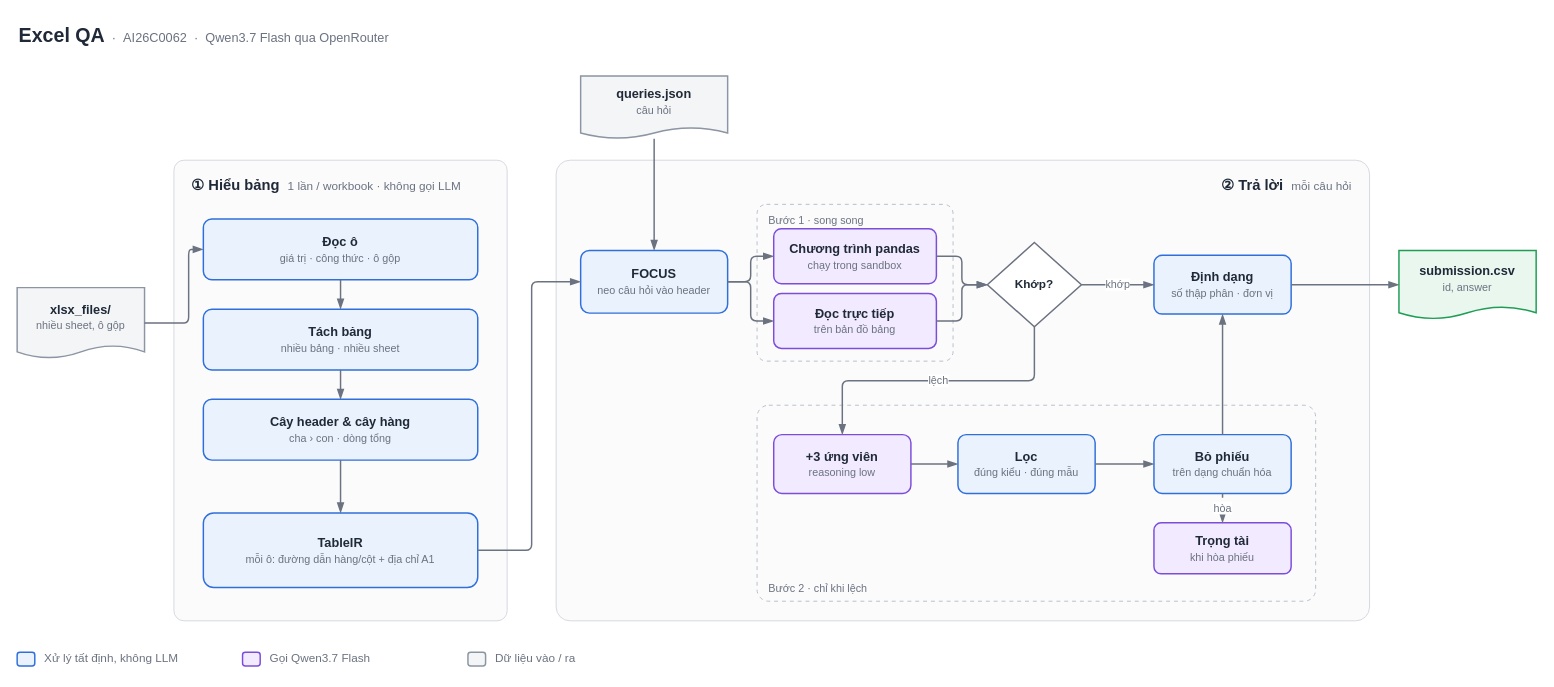
This is page "Kiến trúc" (1 of 2) of docs/architecture.drawio from nguyenchiminhhieu/aivn-excel-qa, a draw.io file, before an edit. Source tidied: cells renumbered, new cells numbered last; positions are measured from the earlier drawing's top-left corner, leaving out a move shared by most shapes. Both pictures are drawn from the tidied source at 98%, with x=0, y=0 at pixel (17, 17).
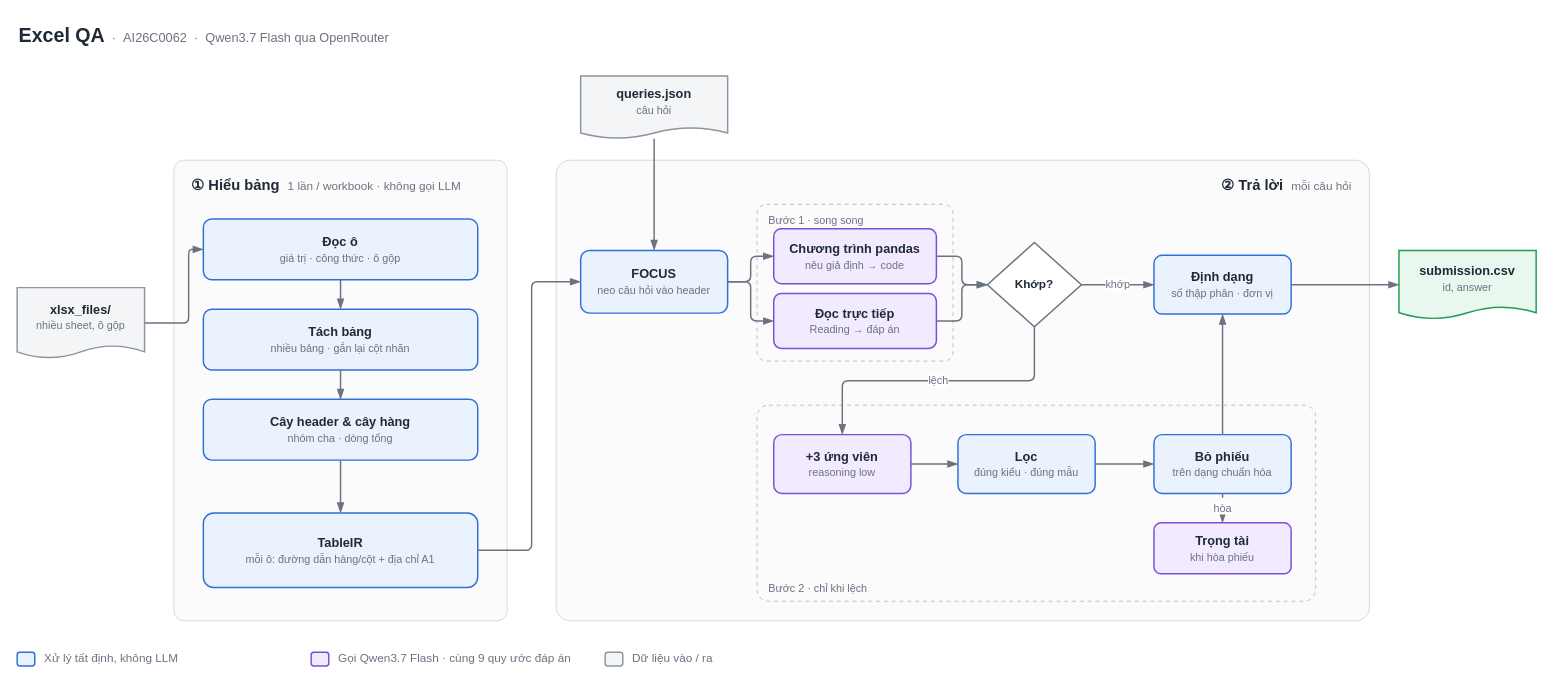
Above is the later version.

Commit message (it also covers changes not shown here):
Docs for the final architecture: prompt design, README, diagram

Change to the diagram source:
```diff
@@
-    <mxCell id="7" value="&lt;b&gt;Tách bảng&lt;/b&gt;&lt;br&gt;&lt;span style='font-size:11px;color:#6B7280'&gt;nhiều bảng · nhiều sheet&lt;/span&gt;" style="rounded=1;arcSize=14;whiteSpace=wrap;html=1;fillColor=#EAF2FD;strokeColor=#2F6FDB;strokeWidth=1.5;fontColor=#1F2937;fontSize=13;fontFamily=Helvetica;" parent="1" vertex="1">
+    <mxCell id="7" value="&lt;b&gt;Tách bảng&lt;/b&gt;&lt;br&gt;&lt;span style='font-size:11px;color:#6B7280'&gt;nhiều bảng · gắn lại cột nhãn&lt;/span&gt;" style="rounded=1;arcSize=14;whiteSpace=wrap;html=1;fillColor=#EAF2FD;strokeColor=#2F6FDB;strokeWidth=1.5;fontColor=#1F2937;fontSize=13;fontFamily=Helvetica;" parent="1" vertex="1">
       <mxGeometry x="190" y="298" width="280" height="62" as="geometry" />
     </mxCell>
-    <mxCell id="8" value="&lt;b&gt;Cây header &amp;amp; cây hàng&lt;/b&gt;&lt;br&gt;&lt;span style='font-size:11px;color:#6B7280'&gt;cha › con · dòng tổng&lt;/span&gt;" style="rounded=1;arcSize=14;whiteSpace=wrap;html=1;fillColor=#EAF2FD;strokeColor=#2F6FDB;strokeWidth=1.5;fontColor=#1F2937;fontSize=13;fontFamily=Helvetica;" parent="1" vertex="1">
+    <mxCell id="8" value="&lt;b&gt;Cây header &amp;amp; cây hàng&lt;/b&gt;&lt;br&gt;&lt;span style='font-size:11px;color:#6B7280'&gt;nhóm cha · dòng tổng&lt;/span&gt;" style="rounded=1;arcSize=14;whiteSpace=wrap;html=1;fillColor=#EAF2FD;strokeColor=#2F6FDB;strokeWidth=1.5;fontColor=#1F2937;fontSize=13;fontFamily=Helvetica;" parent="1" vertex="1">
       <mxGeometry x="190" y="390" width="280" height="62" as="geometry" />
     </mxCell>
@@
-    <mxCell id="19" value="&lt;b&gt;Chương trình pandas&lt;/b&gt;&lt;br&gt;&lt;span style='font-size:11px;color:#6B7280'&gt;chạy trong sandbox&lt;/span&gt;" style="rounded=1;arcSize=14;whiteSpace=wrap;html=1;fillColor=#F2EAFE;strokeColor=#7C4DDB;strokeWidth=1.5;fontColor=#1F2937;fontSize=13;fontFamily=Helvetica;" parent="1" vertex="1">
+    <mxCell id="19" value="&lt;b&gt;Chương trình pandas&lt;/b&gt;&lt;br&gt;&lt;span style='font-size:11px;color:#6B7280'&gt;nêu giả định → code&lt;/span&gt;" style="rounded=1;arcSize=14;whiteSpace=wrap;html=1;fillColor=#F2EAFE;strokeColor=#7C4DDB;strokeWidth=1.5;fontColor=#1F2937;fontSize=13;fontFamily=Helvetica;" parent="1" vertex="1">
       <mxGeometry x="772" y="216" width="166" height="56" as="geometry" />
     </mxCell>
-    <mxCell id="20" value="&lt;b&gt;Đọc trực tiếp&lt;/b&gt;&lt;br&gt;&lt;span style='font-size:11px;color:#6B7280'&gt;trên bản đồ bảng&lt;/span&gt;" style="rounded=1;arcSize=14;whiteSpace=wrap;html=1;fillColor=#F2EAFE;strokeColor=#7C4DDB;strokeWidth=1.5;fontColor=#1F2937;fontSize=13;fontFamily=Helvetica;" parent="1" vertex="1">
+    <mxCell id="20" value="&lt;b&gt;Đọc trực tiếp&lt;/b&gt;&lt;br&gt;&lt;span style='font-size:11px;color:#6B7280'&gt;Reading → đáp án&lt;/span&gt;" style="rounded=1;arcSize=14;whiteSpace=wrap;html=1;fillColor=#F2EAFE;strokeColor=#7C4DDB;strokeWidth=1.5;fontColor=#1F2937;fontSize=13;fontFamily=Helvetica;" parent="1" vertex="1">
       <mxGeometry x="772" y="282" width="166" height="56" as="geometry" />
     </mxCell>
@@
     <mxCell id="41" value="&lt;span style='font-size:12px;color:#6B7280'&gt;Xử lý tất định, không LLM&lt;/span&gt;" style="text;html=1;align=left;verticalAlign=middle;whiteSpace=wrap;fontColor=#1F2937;fontFamily=Helvetica;" parent="1" vertex="1">
-      <mxGeometry x="26" y="643" width="200" height="24" as="geometry" />
+      <mxGeometry x="26" y="643" width="270" height="24" as="geometry" />
     </mxCell>
     <mxCell id="42" style="rounded=1;arcSize=20;fillColor=#F2EAFE;strokeColor=#7C4DDB;strokeWidth=1.5;" parent="1" vertex="1">
-      <mxGeometry x="230" y="648" width="18" height="14" as="geometry" />
+      <mxGeometry x="300" y="648" width="18" height="14" as="geometry" />
     </mxCell>
-    <mxCell id="43" value="&lt;span style='font-size:12px;color:#6B7280'&gt;Gọi Qwen3.7 Flash&lt;/span&gt;" style="text;html=1;align=left;verticalAlign=middle;whiteSpace=wrap;fontColor=#1F2937;fontFamily=Helvetica;" parent="1" vertex="1">
-      <mxGeometry x="256" y="643" width="200" height="24" as="geometry" />
+    <mxCell id="43" value="&lt;span style='font-size:12px;color:#6B7280'&gt;Gọi Qwen3.7 Flash · cùng 9 quy ước đáp án&lt;/span&gt;" style="text;html=1;align=left;verticalAlign=middle;whiteSpace=wrap;fontColor=#1F2937;fontFamily=Helvetica;" parent="1" vertex="1">
+      <mxGeometry x="326" y="643" width="270" height="24" as="geometry" />
     </mxCell>
     <mxCell id="44" style="rounded=1;arcSize=20;fillColor=#F4F5F7;strokeColor=#8C95A3;strokeWidth=1.5;" parent="1" vertex="1">
-      <mxGeometry x="460" y="648" width="18" height="14" as="geometry" />
+      <mxGeometry x="600" y="648" width="18" height="14" as="geometry" />
     </mxCell>
     <mxCell id="45" value="&lt;span style='font-size:12px;color:#6B7280'&gt;Dữ liệu vào / ra&lt;/span&gt;" style="text;html=1;align=left;verticalAlign=middle;whiteSpace=wrap;fontColor=#1F2937;fontFamily=Helvetica;" parent="1" vertex="1">
-      <mxGeometry x="486" y="643" width="200" height="24" as="geometry" />
+      <mxGeometry x="626" y="643" width="270" height="24" as="geometry" />
     </mxCell>
```
